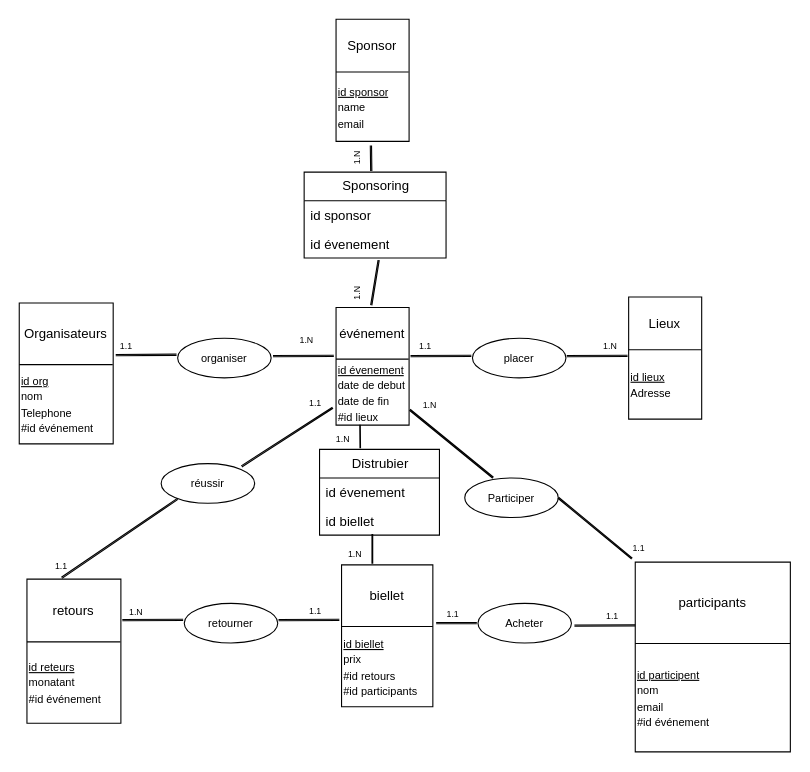
Earlier version of the draw.io diagram MLD.drawio (emminyell/Brief1_sprint3). Source tidied: cells renumbered, new cells numbered last; positions are measured from the earlier drawing's top-left corner, leaving out a move shared by most shapes. Both pictures are drawn from the tidied source at 110%, with x=0, y=0 at pixel (19, 19).
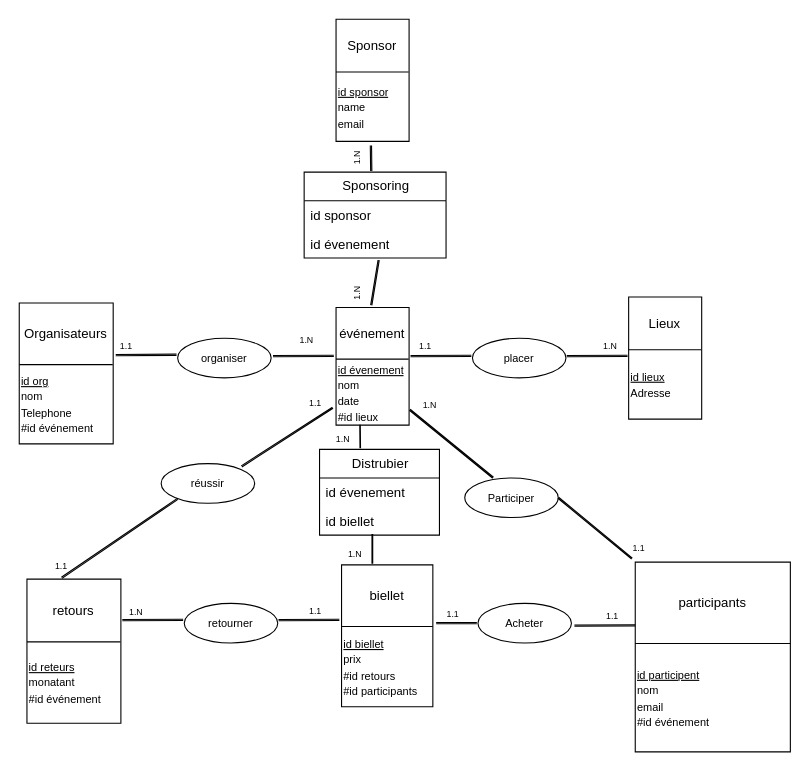
The same diagram, later.

Commit message:
modifier les attribut d'événement

The change refers to these unchanged cells:
```xml
<mxCell id="5" style="shape=tableRow;horizontal=0;startSize=0;swimlaneHead=0;swimlaneBody=0;top=0;left=0;bottom=0;right=0;fillColor=none;" parent="2" vertex="1">
  <mxGeometry y="47" width="66.4" height="60" as="geometry" />
</mxCell>
```

The edit, as a diff of the source:
```diff
@@
-    <mxCell id="6" value="&lt;div style=&quot;&quot;&gt;&lt;u style=&quot;background-color: initial; font-size: 10px;&quot;&gt;id évenement&lt;/u&gt;&lt;/div&gt;&lt;div style=&quot;&quot;&gt;&lt;span style=&quot;background-color: initial; font-size: 10px;&quot;&gt;date de debut&lt;/span&gt;&lt;/div&gt;&lt;div style=&quot;&quot;&gt;&lt;span style=&quot;background-color: initial; font-size: 10px;&quot;&gt;date de fin&lt;/span&gt;&lt;/div&gt;&lt;div style=&quot;&quot;&gt;&lt;span style=&quot;font-size: 10px;&quot;&gt;#id lieux&lt;/span&gt;&lt;/div&gt;&lt;div style=&quot;&quot;&gt;&lt;span style=&quot;background-color: initial; font-size: 10px;&quot;&gt;&lt;br&gt;&lt;/span&gt;&lt;/div&gt;" style="shape=partialRectangle;html=1;whiteSpace=wrap;overflow=hidden;fillColor=none;top=0;left=0;bottom=0;right=0;align=left;" parent="5" vertex="1">
+    <mxCell id="6" value="&lt;div style=&quot;&quot;&gt;&lt;u style=&quot;background-color: initial; font-size: 10px;&quot;&gt;id évenement&lt;/u&gt;&lt;/div&gt;&lt;div style=&quot;&quot;&gt;&lt;span style=&quot;background-color: initial; font-size: 10px;&quot;&gt;nom&lt;/span&gt;&lt;/div&gt;&lt;div style=&quot;&quot;&gt;&lt;span style=&quot;background-color: initial; font-size: 10px;&quot;&gt;date&amp;nbsp;&lt;/span&gt;&lt;br&gt;&lt;/div&gt;&lt;div style=&quot;&quot;&gt;&lt;span style=&quot;font-size: 10px;&quot;&gt;#id lieux&lt;/span&gt;&lt;/div&gt;&lt;div style=&quot;&quot;&gt;&lt;span style=&quot;background-color: initial; font-size: 10px;&quot;&gt;&lt;br&gt;&lt;/span&gt;&lt;/div&gt;" style="shape=partialRectangle;html=1;whiteSpace=wrap;overflow=hidden;fillColor=none;top=0;left=0;bottom=0;right=0;align=left;" parent="5" vertex="1">
       <mxGeometry width="66" height="60" as="geometry" />
     </mxCell>
```
